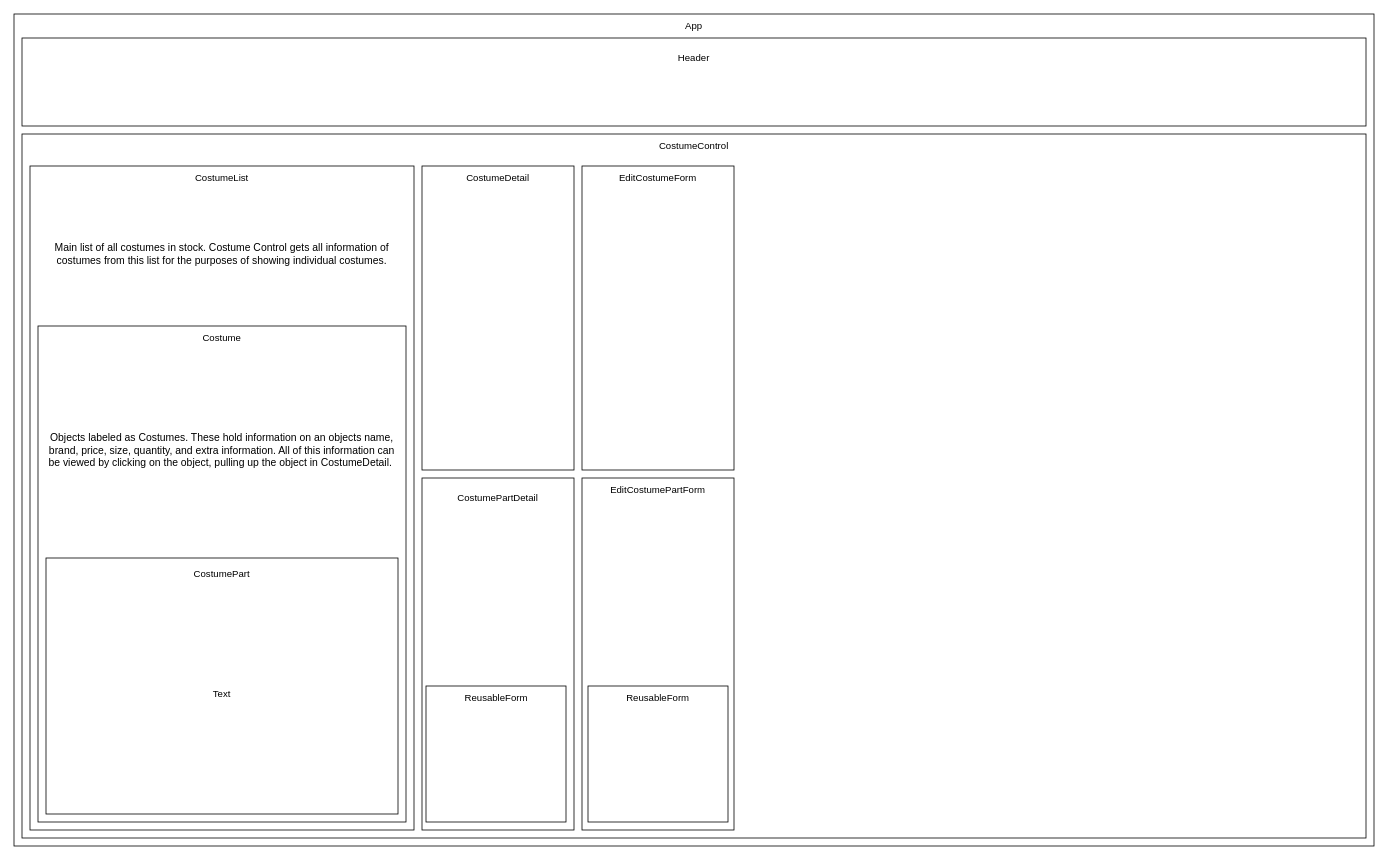
Before: Program-plan.drawio in AndrewMMickel/costume-shop, a draw.io diagram. Source tidied: cells renumbered, new cells numbered last; positions are measured from the earlier drawing's top-left corner, leaving out a move shared by most shapes. Both pictures are drawn from the tidied source at 80%, with x=0, y=0 at pixel (14, 14).
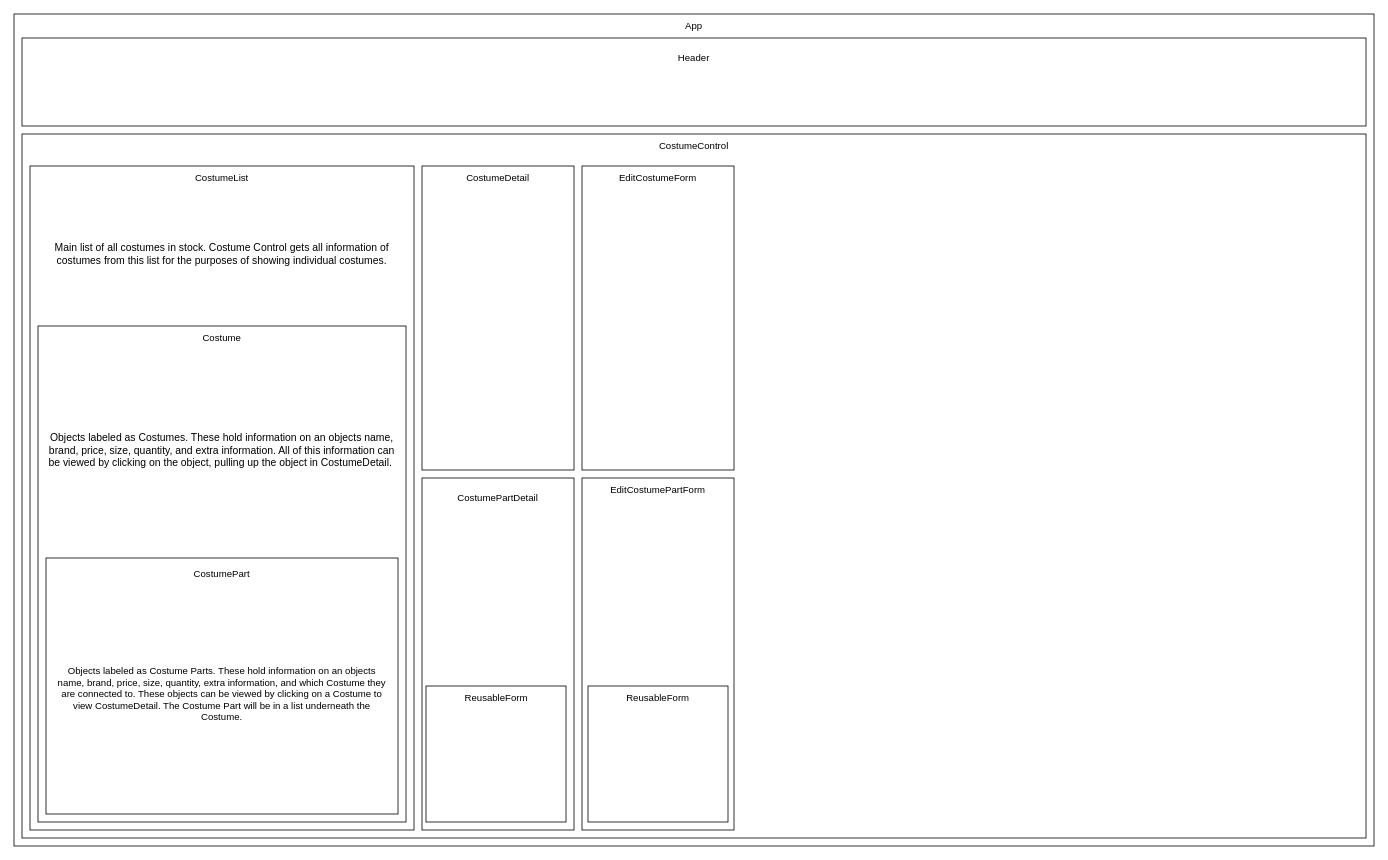
After the change.

Commit message (it also covers changes not shown here):
add functionality for a list to appear in CostumeDetail

What changed in the source:
```diff
@@
-    <mxCell id="28" value="Text" style="text;html=1;strokeColor=none;fillColor=none;align=center;verticalAlign=middle;whiteSpace=wrap;rounded=0;" parent="1" vertex="1">
+    <mxCell id="28" value="Objects labeled as Costume Parts. These hold information on an objects name, brand, price, size, quantity, extra information, and which Costume they are connected to. These objects can be viewed by clicking on a Costume to view CostumeDetail. The Costume Part will be in a list underneath the Costume." style="text;html=1;strokeColor=none;fillColor=none;align=center;verticalAlign=middle;whiteSpace=wrap;rounded=0;" parent="1" vertex="1">
       <mxGeometry x="50" y="710" width="420" height="280" as="geometry" />
     </mxCell>
```
